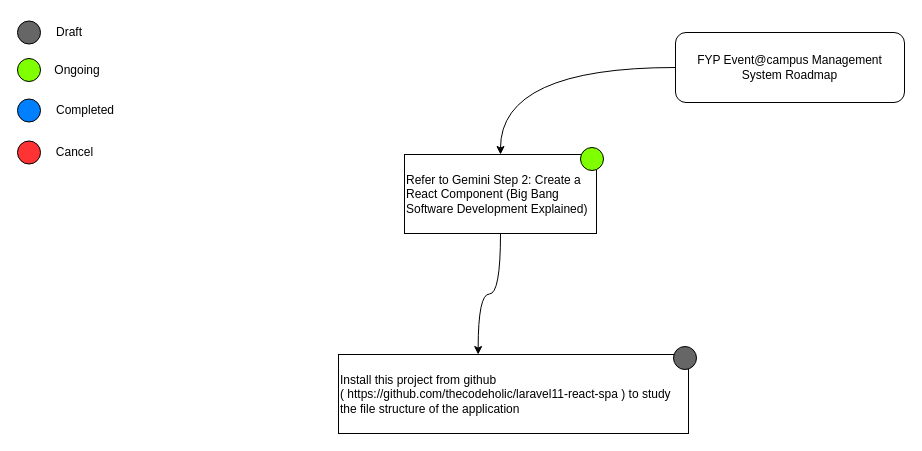
This is Documentation/Development Roadmap.drawio from izzathabib/Event-campus, a draw.io file, before an edit. Source tidied: cells renumbered, new cells numbered last; positions are measured from the earlier drawing's top-left corner, leaving out a move shared by most shapes. Both pictures are drawn from the tidied source at 100%, with x=0, y=0 at pixel (17, 17).
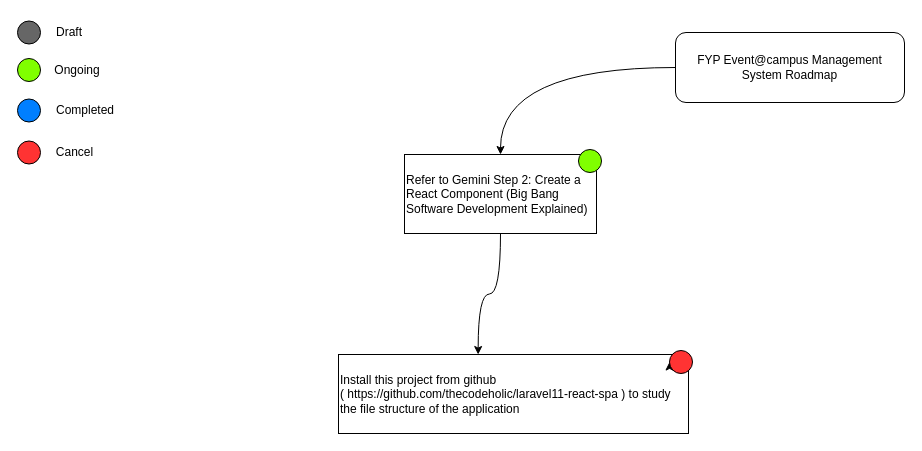
The same diagram, later.

Commit message (it also covers changes not shown here):
fix: update Development Roadmap.drawio with new diagram elements and structure

The edit, as a diff of the source:
```diff
@@
-    <mxCell id="7" style="ellipse;whiteSpace=wrap;html=1;fillColor=#666666;" parent="1" vertex="1">
-      <mxGeometry x="656" y="329" width="23" height="23" as="geometry" />
-    </mxCell>
-    <mxCell id="8" style="ellipse;whiteSpace=wrap;html=1;fillColor=#80FF00;" parent="1" vertex="1">
-      <mxGeometry x="563" y="130" width="23" height="23" as="geometry" />
-    </mxCell>
@@
+    <mxCell id="17" style="edgeStyle=orthogonalEdgeStyle;rounded=0;jettySize=auto;html=1;exitX=0;exitY=1;exitDx=0;exitDy=0;entryX=0;entryY=0.5;entryDx=0;entryDy=0;" parent="1" edge="1" source="19">
+      <mxGeometry relative="1" as="geometry">
+        <mxPoint x="656" y="340.5" as="targetPoint" />
+      </mxGeometry>
+    </mxCell>
+    <mxCell id="18" style="edgeStyle=orthogonalEdgeStyle;rounded=0;jettySize=auto;html=1;exitX=0;exitY=1;exitDx=0;exitDy=0;entryX=0;entryY=0.5;entryDx=0;entryDy=0;" parent="1" edge="1" target="19">
+      <mxGeometry relative="1" as="geometry">
+        <mxPoint x="659.4" y="348.6" as="sourcePoint" />
+      </mxGeometry>
+    </mxCell>
+    <mxCell id="19" style="ellipse;whiteSpace=wrap;html=1;fillColor=#FF3333;" parent="1" vertex="1">
+      <mxGeometry x="652" y="333" width="23" height="23" as="geometry" />
+    </mxCell>
+    <mxCell id="20" style="ellipse;whiteSpace=wrap;html=1;fillColor=#80FF00;" parent="1" vertex="1">
+      <mxGeometry x="561" y="132" width="23" height="23" as="geometry" />
+    </mxCell>
```
